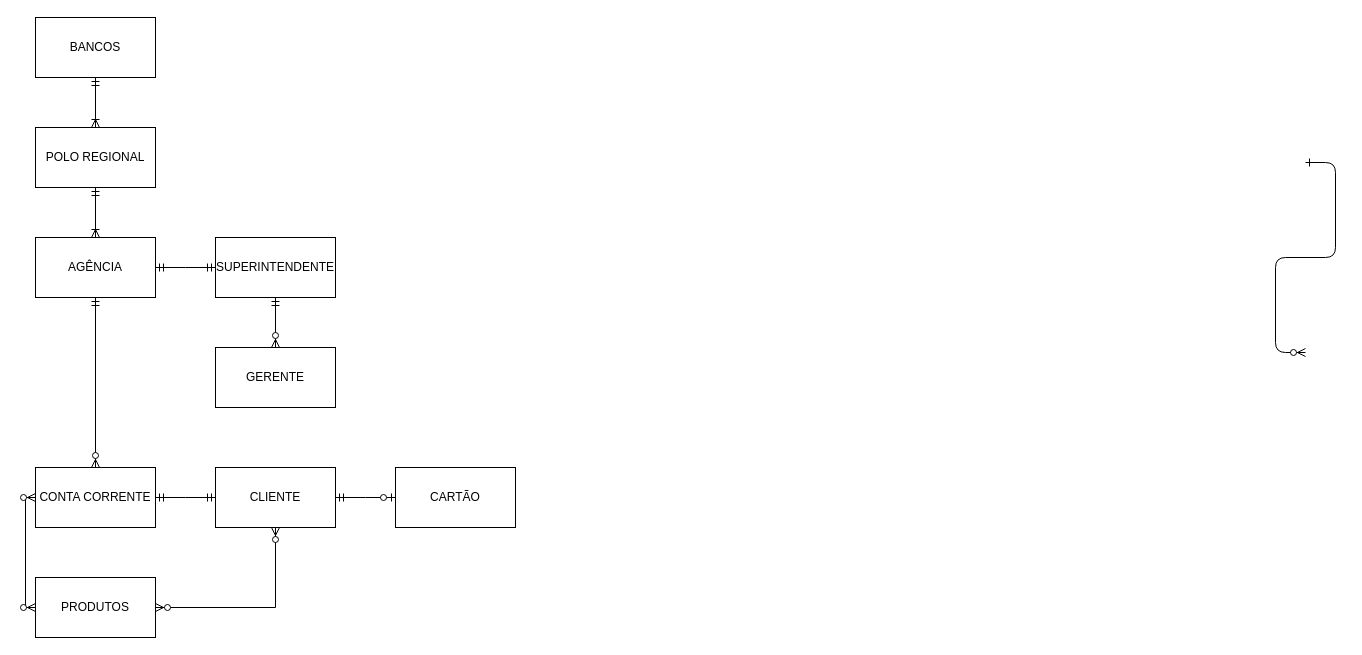
This is Database/Untitled Diagram.drawio from RafaDSan/Learning, a draw.io file, before an edit. Source tidied: cells renumbered, new cells numbered last; positions are measured from the earlier drawing's top-left corner, leaving out a move shared by most shapes. Both pictures are drawn from the tidied source at 100%, with x=0, y=0 at pixel (35, 17).
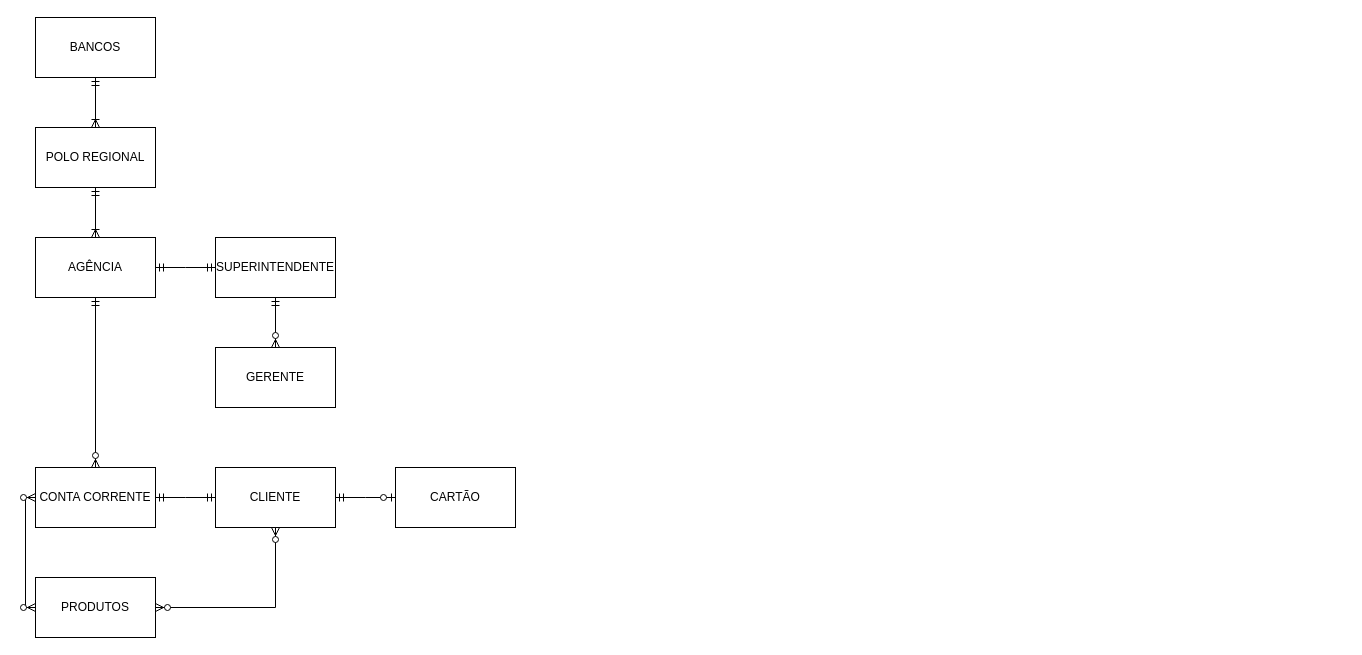
Above is the later version.

The edit, as a diff of the source:
```diff
@@
-    <mxCell id="2" style="edgeStyle=entityRelationEdgeStyle;endArrow=ERzeroToMany;startArrow=ERone;endFill=1;startFill=0;" parent="1" edge="1">
-      <mxGeometry relative="1" as="geometry">
-        <mxPoint x="1270" y="145" as="sourcePoint" />
-        <mxPoint x="1270" y="335" as="targetPoint" />
-      </mxGeometry>
-    </mxCell>
```
